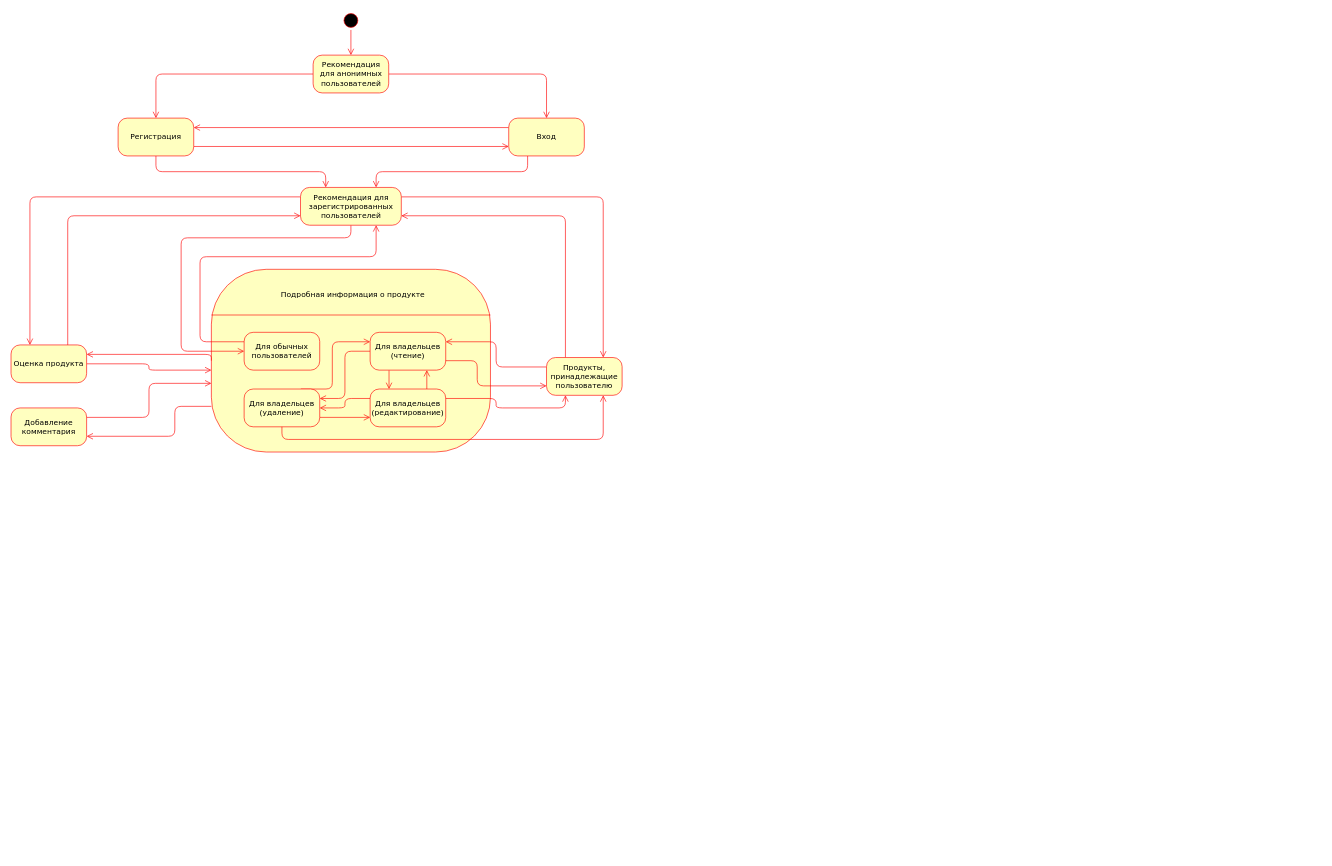
Before: Documents/Design/State/state_diagram.drawio in zkud/wannait, a draw.io diagram. Source tidied: cells renumbered, new cells numbered last; positions are measured from the earlier drawing's top-left corner, leaving out a move shared by most shapes. Both pictures are drawn from the tidied source at 63%, with x=0, y=0 at pixel (11, 11).
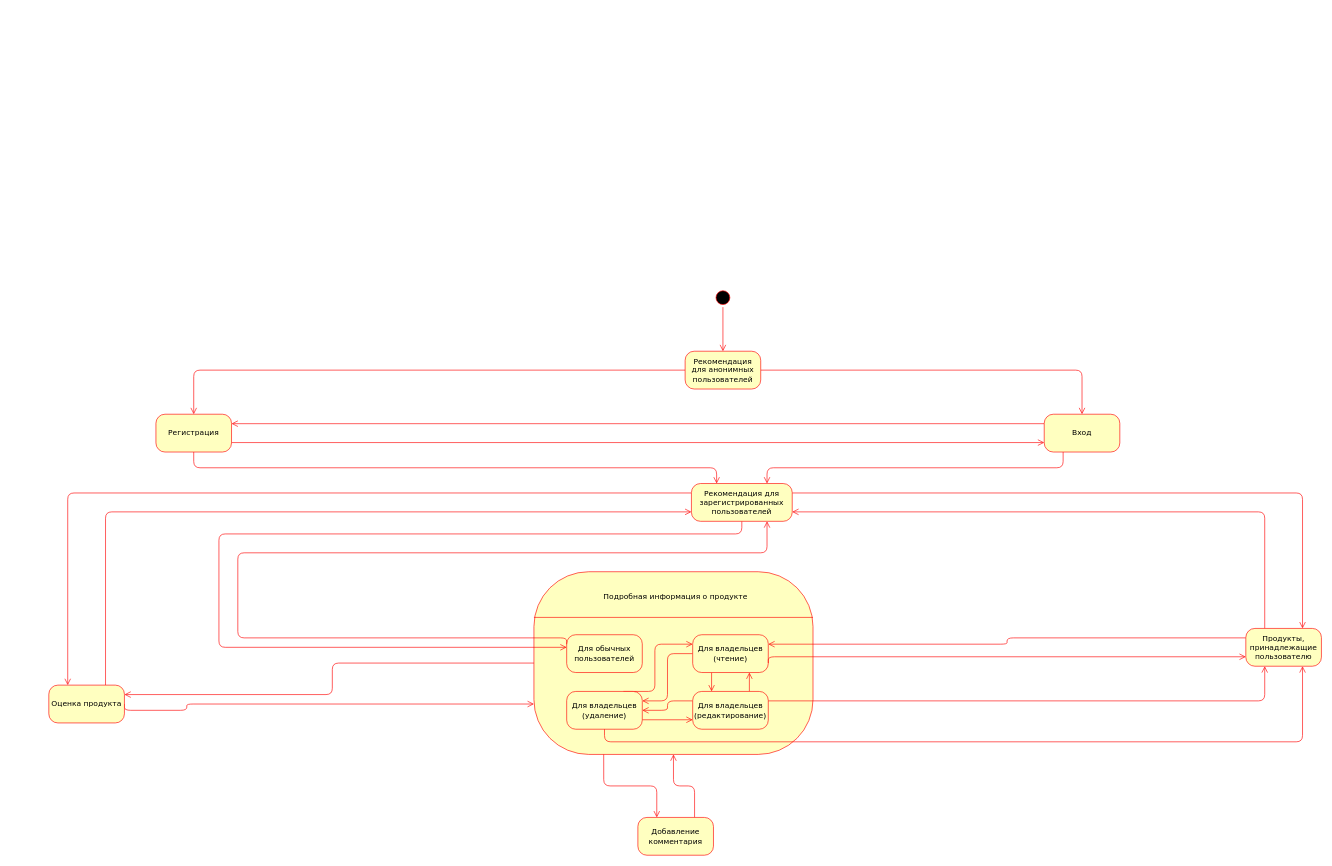
Above is the later version.

The change refers to these unchanged cells:
```xml
<mxCell id="3" style="rounded=1;whiteSpace=wrap;html=1;fillColor=#ffffc0;fontFamily=Helvetica;fontSize=12;strokeColor=#ff0000;fontStyle=1;swimlaneFillColor=#ffffc0;startSize=30;arcSize=30;" parent="2" vertex="1">
  <mxGeometry width="443" height="290" as="geometry" />
</mxCell>
<mxCell id="6" value="Для обычных пользователей" style="rounded=1;whiteSpace=wrap;html=1;arcSize=24;fillColor=#ffffc0;strokeColor=#ff0000;shadow=0;comic=0;labelBackgroundColor=none;fontFamily=Verdana;fontSize=12;fontColor=#000000;align=center;" parent="2" vertex="1">
  <mxGeometry x="52" y="100" width="120" height="60" as="geometry" />
</mxCell>
<mxCell id="12" value="&lt;div&gt;Для владельцев&lt;/div&gt;&lt;div&gt;(чтение)&lt;br&gt;&lt;/div&gt;" style="rounded=1;whiteSpace=wrap;html=1;arcSize=24;fillColor=#ffffc0;strokeColor=#ff0000;shadow=0;comic=0;labelBackgroundColor=none;fontFamily=Verdana;fontSize=12;fontColor=#000000;align=center;" parent="2" vertex="1">
  <mxGeometry x="252" y="100" width="120" height="60" as="geometry" />
</mxCell>
```

Change to the diagram source:
```diff
@@
     <mxCell id="2" style="group;" parent="1" vertex="1">
-      <mxGeometry x="318" y="410" width="443" height="290" as="geometry" />
+      <mxGeometry x="830" y="890" width="443" height="290" as="geometry" />
     </mxCell>
@@
     <mxCell id="16" style="ellipse;html=1;shape=startState;fillColor=#000000;strokeColor=#ff0000;rounded=1;shadow=0;comic=0;labelBackgroundColor=none;fontFamily=Verdana;fontSize=12;fontColor=#000000;align=center;direction=south;" parent="1" vertex="1">
-      <mxGeometry x="524.5" width="30" height="30" as="geometry" />
+      <mxGeometry x="1115" y="440" width="30" height="30" as="geometry" />
     </mxCell>
@@
     <mxCell id="19" value="Регистрация" style="rounded=1;whiteSpace=wrap;html=1;arcSize=24;fillColor=#ffffc0;strokeColor=#ff0000;shadow=0;comic=0;labelBackgroundColor=none;fontFamily=Verdana;fontSize=12;fontColor=#000000;align=center;" parent="1" vertex="1">
-      <mxGeometry x="170" y="170" width="120" height="60" as="geometry" />
+      <mxGeometry x="230" y="640" width="120" height="60" as="geometry" />
     </mxCell>
@@
     <mxCell id="22" value="Рекомендация для анонимных пользователей" style="rounded=1;whiteSpace=wrap;html=1;arcSize=24;fillColor=#ffffc0;strokeColor=#ff0000;shadow=0;comic=0;labelBackgroundColor=none;fontFamily=Verdana;fontSize=12;fontColor=#000000;align=center;" parent="1" vertex="1">
-      <mxGeometry x="479.5" y="70" width="120" height="60" as="geometry" />
+      <mxGeometry x="1070" y="540" width="120" height="60" as="geometry" />
     </mxCell>
@@
     <mxCell id="25" value="Вход" style="rounded=1;whiteSpace=wrap;html=1;arcSize=24;fillColor=#ffffc0;strokeColor=#ff0000;shadow=0;comic=0;labelBackgroundColor=none;fontFamily=Verdana;fontSize=12;fontColor=#000000;align=center;" parent="1" vertex="1">
-      <mxGeometry x="790" y="170" width="120" height="60" as="geometry" />
+      <mxGeometry x="1640" y="640" width="120" height="60" as="geometry" />
     </mxCell>
-    <mxCell id="26" style="edgeStyle=orthogonalEdgeStyle;comic=0;jumpStyle=none;jettySize=auto;html=1;exitX=1;exitY=0.25;exitDx=0;exitDy=0;entryX=0;entryY=0.624;entryDx=0;entryDy=0;entryPerimeter=0;labelBackgroundColor=none;endArrow=open;endSize=8;strokeColor=#FF0000;fontFamily=Verdana;fontSize=12;align=left;" parent="1" edge="1" source="27" target="3">
+    <mxCell id="26" style="edgeStyle=orthogonalEdgeStyle;comic=0;jumpStyle=none;jettySize=auto;html=1;exitX=0.75;exitY=0;exitDx=0;exitDy=0;labelBackgroundColor=none;endArrow=open;endSize=8;strokeColor=#FF0000;fontFamily=Verdana;fontSize=12;align=left;" parent="1" edge="1" source="27" target="3">
       <mxGeometry relative="1" as="geometry" />
     </mxCell>
     <mxCell id="27" value="&lt;div&gt;Добавление комментария&lt;/div&gt;" style="rounded=1;whiteSpace=wrap;html=1;arcSize=24;fillColor=#ffffc0;strokeColor=#ff0000;shadow=0;comic=0;labelBackgroundColor=none;fontFamily=Verdana;fontSize=12;fontColor=#000000;align=center;" parent="1" vertex="1">
-      <mxGeometry y="630" width="120" height="60" as="geometry" />
+      <mxGeometry x="995" y="1280" width="120" height="60" as="geometry" />
     </mxCell>
@@
     <mxCell id="31" style="edgeStyle=orthogonalEdgeStyle;comic=0;jumpStyle=none;jettySize=auto;html=1;exitX=0.5;exitY=1;exitDx=0;exitDy=0;labelBackgroundColor=none;endArrow=open;endSize=8;strokeColor=#FF0000;fontFamily=Verdana;fontSize=12;align=left;" parent="1" edge="1" source="32" target="6">
       <mxGeometry relative="1" as="geometry">
         <Array as="points">
-          <mxPoint x="540" y="360" />
-          <mxPoint x="270" y="360" />
-          <mxPoint x="270" y="540" />
+          <mxPoint x="1160" y="830" />
+          <mxPoint x="330" y="830" />
+          <mxPoint x="330" y="1010" />
         </Array>
       </mxGeometry>
     </mxCell>
     <mxCell id="32" value="Рекомендация для зарегистрированных пользователей" style="rounded=1;whiteSpace=wrap;html=1;arcSize=24;fillColor=#ffffc0;strokeColor=#ff0000;shadow=0;comic=0;labelBackgroundColor=none;fontFamily=Verdana;fontSize=12;fontColor=#000000;align=center;" parent="1" vertex="1">
-      <mxGeometry x="459.5" y="280" width="160" height="60" as="geometry" />
+      <mxGeometry x="1080" y="750" width="160" height="60" as="geometry" />
     </mxCell>
@@
     <mxCell id="35" value="&lt;div&gt;Продукты, принадлежащие пользователю&lt;/div&gt;" style="rounded=1;whiteSpace=wrap;html=1;arcSize=24;fillColor=#ffffc0;strokeColor=#ff0000;shadow=0;comic=0;labelBackgroundColor=none;fontFamily=Verdana;fontSize=12;fontColor=#000000;align=center;" parent="1" vertex="1">
-      <mxGeometry x="850" y="550" width="120" height="60" as="geometry" />
+      <mxGeometry x="1960" y="980" width="120" height="60" as="geometry" />
     </mxCell>
@@
     <mxCell id="37" style="edgeStyle=orthogonalEdgeStyle;comic=0;jumpStyle=none;jettySize=auto;html=1;exitX=1;exitY=0.5;exitDx=0;exitDy=0;labelBackgroundColor=none;endArrow=open;endSize=8;strokeColor=#FF0000;fontFamily=Verdana;fontSize=12;align=left;" parent="1" edge="1" source="38" target="3">
       <mxGeometry relative="1" as="geometry">
         <Array as="points">
-          <mxPoint x="219" y="560" />
-          <mxPoint x="219" y="570" />
+          <mxPoint x="180" y="1110" />
+          <mxPoint x="279" y="1110" />
+          <mxPoint x="279" y="1100" />
         </Array>
       </mxGeometry>
     </mxCell>
     <mxCell id="38" value="&lt;div&gt;Оценка продукта&lt;br&gt;&lt;/div&gt;" style="rounded=1;whiteSpace=wrap;html=1;arcSize=24;fillColor=#ffffc0;strokeColor=#ff0000;shadow=0;comic=0;labelBackgroundColor=none;fontFamily=Verdana;fontSize=12;fontColor=#000000;align=center;" parent="1" vertex="1">
-      <mxGeometry y="530" width="120" height="60" as="geometry" />
+      <mxGeometry x="60" y="1070" width="120" height="60" as="geometry" />
     </mxCell>
@@
     <mxCell id="41" style="edgeStyle=orthogonalEdgeStyle;comic=0;jumpStyle=none;jettySize=auto;html=1;exitX=0;exitY=0.25;exitDx=0;exitDy=0;entryX=0.75;entryY=1;entryDx=0;entryDy=0;labelBackgroundColor=none;endArrow=open;endSize=8;strokeColor=#FF0000;fontFamily=Verdana;fontSize=12;align=left;" parent="1" edge="1" source="6" target="32">
       <mxGeometry relative="1" as="geometry">
         <Array as="points">
-          <mxPoint x="300" y="525" />
-          <mxPoint x="300" y="390" />
-          <mxPoint x="580" y="390" />
+          <mxPoint x="882" y="995" />
+          <mxPoint x="360" y="995" />
+          <mxPoint x="360" y="860" />
+          <mxPoint x="1200" y="860" />
         </Array>
       </mxGeometry>
     </mxCell>
     <mxCell id="42" style="edgeStyle=orthogonalEdgeStyle;comic=0;jumpStyle=none;jettySize=auto;html=1;exitX=0;exitY=0.5;exitDx=0;exitDy=0;entryX=1;entryY=0.25;entryDx=0;entryDy=0;labelBackgroundColor=none;endArrow=open;endSize=8;strokeColor=#FF0000;fontFamily=Verdana;fontSize=12;align=left;" parent="1" edge="1" source="3" target="38">
       <mxGeometry relative="1" as="geometry">
         <Array as="points">
-          <mxPoint x="318" y="545" />
+          <mxPoint x="510" y="1035" />
+          <mxPoint x="510" y="1085" />
         </Array>
       </mxGeometry>
     </mxCell>
+    <mxCell id="44" style="edgeStyle=orthogonalEdgeStyle;comic=0;jumpStyle=none;jettySize=auto;html=1;exitX=1;exitY=0.75;exitDx=0;exitDy=0;entryX=0;entryY=0.75;entryDx=0;entryDy=0;labelBackgroundColor=none;endArrow=open;endSize=8;strokeColor=#FF0000;fontFamily=Verdana;fontSize=12;align=left;" parent="1" edge="1" source="12" target="35">
+      <mxGeometry relative="1" as="geometry">
+        <Array as="points">
+          <mxPoint x="1202" y="1025" />
+        </Array>
+      </mxGeometry>
+    </mxCell>
-    <mxCell id="43" style="edgeStyle=orthogonalEdgeStyle;comic=0;jumpStyle=none;jettySize=auto;html=1;exitX=0;exitY=0.75;exitDx=0;exitDy=0;entryX=1;entryY=0.75;entryDx=0;entryDy=0;labelBackgroundColor=none;endArrow=open;endSize=8;strokeColor=#FF0000;fontFamily=Verdana;fontSize=12;align=left;" parent="1" edge="1" source="3" target="27">
-      <mxGeometry relative="1" as="geometry">
-        <Array as="points">
-          <mxPoint x="260" y="628" />
-          <mxPoint x="260" y="675" />
-        </Array>
-      </mxGeometry>
+    <mxCell id="43" style="edgeStyle=orthogonalEdgeStyle;comic=0;jumpStyle=none;jettySize=auto;html=1;exitX=0.25;exitY=1;exitDx=0;exitDy=0;entryX=0.25;entryY=0;entryDx=0;entryDy=0;labelBackgroundColor=none;endArrow=open;endSize=8;strokeColor=#FF0000;fontFamily=Verdana;fontSize=12;align=left;" parent="1" edge="1" source="3" target="27">
+      <mxGeometry relative="1" as="geometry" />
     </mxCell>
-    <mxCell id="44" style="edgeStyle=orthogonalEdgeStyle;comic=0;jumpStyle=none;jettySize=auto;html=1;exitX=1;exitY=0.75;exitDx=0;exitDy=0;entryX=0;entryY=0.75;entryDx=0;entryDy=0;labelBackgroundColor=none;endArrow=open;endSize=8;strokeColor=#FF0000;fontFamily=Verdana;fontSize=12;align=left;" parent="1" edge="1" source="12" target="35">
-      <mxGeometry relative="1" as="geometry">
-        <Array as="points">
-          <mxPoint x="740" y="555" />
-          <mxPoint x="740" y="595" />
-        </Array>
-      </mxGeometry>
-    </mxCell>
```
